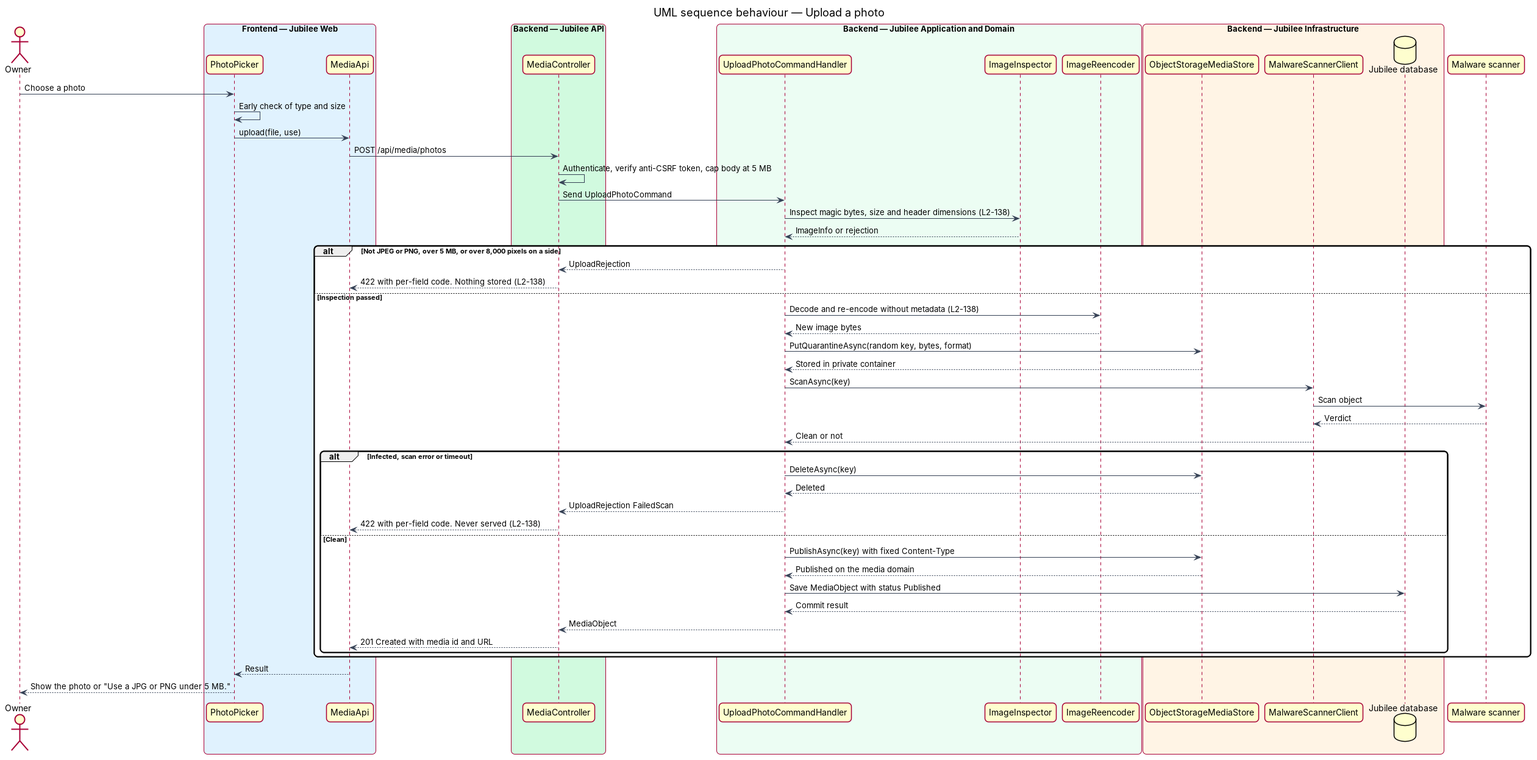
The PlantUML diagram docs/detailed-designs/security/secure-uploads/diagrams/sequence-upload-photo.png in QuinntyneBrown/jubilee, before a commit. Its source is kept beside it as docs/detailed-designs/security/secure-uploads/diagrams/sequence-upload-photo.puml. The source it was exported from:
```plantuml
@startuml
title UML sequence behaviour — Upload a photo
skinparam backgroundColor #FFFFFF
skinparam shadowing false
skinparam roundcorner 12
skinparam defaultFontName Arial
skinparam ArrowColor #344054
skinparam rectangle {
  BorderColor #344054
  FontColor #101828
}
skinparam package {
  BorderColor #667085
  FontColor #101828
  BackgroundColor #F9FAFB
}
actor "Owner" as user
box "Frontend — Jubilee Web" #E0F2FE
  participant "PhotoPicker" as picker
  participant "MediaApi" as client
end box
box "Backend — Jubilee API" #D1FADF
  participant "MediaController" as controller
end box
box "Backend — Jubilee Application and Domain" #ECFDF3
  participant "UploadPhotoCommandHandler" as handler
  participant "ImageInspector" as inspector
  participant "ImageReencoder" as reencoder
end box
box "Backend — Jubilee Infrastructure" #FFF4E5
  participant "ObjectStorageMediaStore" as store
  participant "MalwareScannerClient" as scan
  database "Jubilee database" as db
end box
participant "Malware scanner" as scanner
user -> picker : Choose a photo
picker -> picker : Early check of type and size
picker -> client : upload(file, use)
client -> controller : POST /api/media/photos
controller -> controller : Authenticate, verify anti-CSRF token, cap body at 5 MB
controller -> handler : Send UploadPhotoCommand
handler -> inspector : Inspect magic bytes, size and header dimensions (L2-138)
inspector --> handler : ImageInfo or rejection
alt Not JPEG or PNG, over 5 MB, or over 8,000 pixels on a side
  handler --> controller : UploadRejection
  controller --> client : 422 with per-field code. Nothing stored (L2-138)
else Inspection passed
  handler -> reencoder : Decode and re-encode without metadata (L2-138)
  reencoder --> handler : New image bytes
  handler -> store : PutQuarantineAsync(random key, bytes, format)
  store --> handler : Stored in private container
  handler -> scan : ScanAsync(key)
  scan -> scanner : Scan object
  scanner --> scan : Verdict
  scan --> handler : Clean or not
  alt Infected, scan error or timeout
    handler -> store : DeleteAsync(key)
    store --> handler : Deleted
    handler --> controller : UploadRejection FailedScan
    controller --> client : 422 with per-field code. Never served (L2-138)
  else Clean
    handler -> store : PublishAsync(key) with fixed Content-Type
    store --> handler : Published on the media domain
    handler -> db : Save MediaObject with status Published
    db --> handler : Commit result
    handler --> controller : MediaObject
    controller --> client : 201 Created with media id and URL
  end
end
client --> picker : Result
picker --> user : Show the photo or "Use a JPG or PNG under 5 MB."
@enduml
```
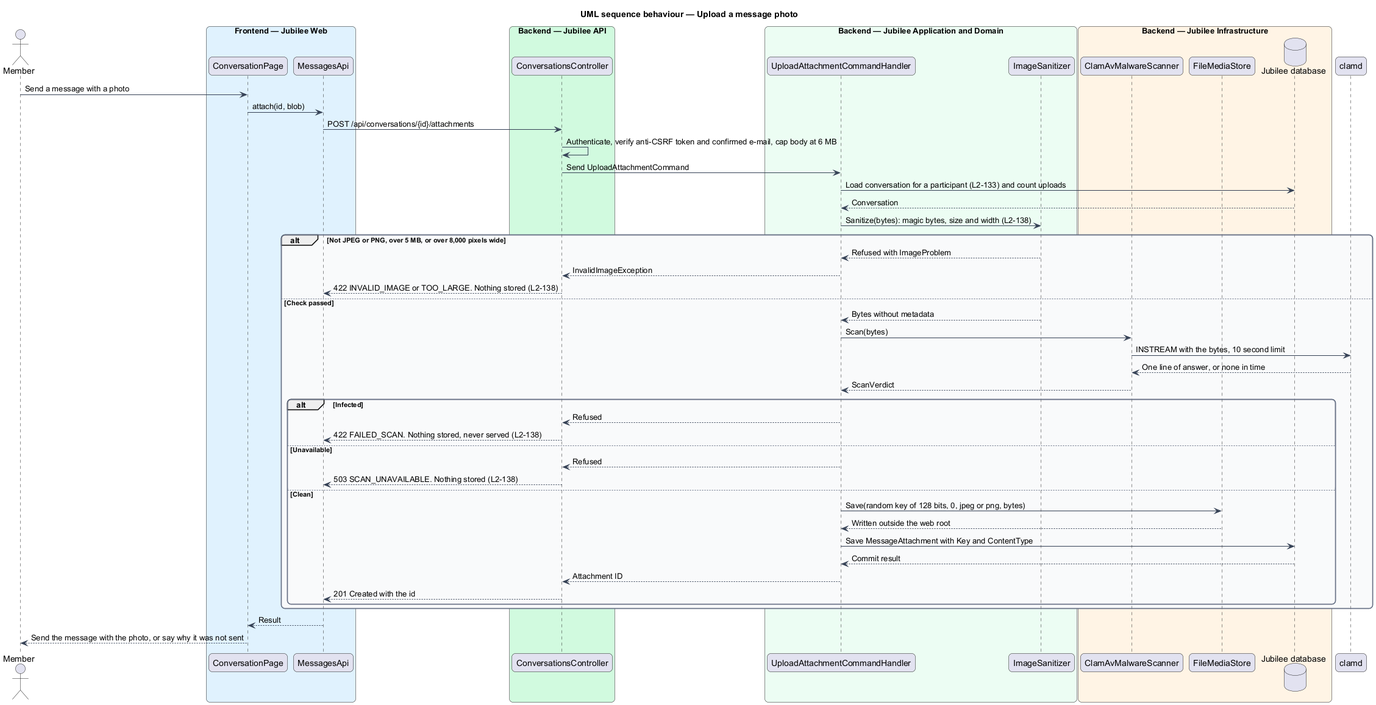
After the commit.

The edit, as a diff of the source:
```diff
@@ -1,5 +1,5 @@
 @startuml
-title UML sequence behaviour — Upload a photo
+title UML sequence behaviour — Upload a message photo
 skinparam backgroundColor #FFFFFF
 skinparam shadowing false
 skinparam roundcorner 12
@@ -14,59 +14,57 @@
   FontColor #101828
   BackgroundColor #F9FAFB
 }
-actor "Owner" as user
+actor "Member" as user
 box "Frontend — Jubilee Web" #E0F2FE
-  participant "PhotoPicker" as picker
-  participant "MediaApi" as client
+  participant "ConversationPage" as page
+  participant "MessagesApi" as client
 end box
 box "Backend — Jubilee API" #D1FADF
-  participant "MediaController" as controller
+  participant "ConversationsController" as controller
 end box
 box "Backend — Jubilee Application and Domain" #ECFDF3
-  participant "UploadPhotoCommandHandler" as handler
-  participant "ImageInspector" as inspector
-  participant "ImageReencoder" as reencoder
+  participant "UploadAttachmentCommandHandler" as handler
+  participant "ImageSanitizer" as sanitizer
 end box
 box "Backend — Jubilee Infrastructure" #FFF4E5
-  participant "ObjectStorageMediaStore" as store
-  participant "MalwareScannerClient" as scan
+  participant "ClamAvMalwareScanner" as scan
+  participant "FileMediaStore" as store
   database "Jubilee database" as db
 end box
-participant "Malware scanner" as scanner
-user -> picker : Choose a photo
-picker -> picker : Early check of type and size
-picker -> client : upload(file, use)
-client -> controller : POST /api/media/photos
-controller -> controller : Authenticate, verify anti-CSRF token, cap body at 5 MB
-controller -> handler : Send UploadPhotoCommand
-handler -> inspector : Inspect magic bytes, size and header dimensions (L2-138)
-inspector --> handler : ImageInfo or rejection
-alt Not JPEG or PNG, over 5 MB, or over 8,000 pixels on a side
-  handler --> controller : UploadRejection
-  controller --> client : 422 with per-field code. Nothing stored (L2-138)
-else Inspection passed
-  handler -> reencoder : Decode and re-encode without metadata (L2-138)
-  reencoder --> handler : New image bytes
-  handler -> store : PutQuarantineAsync(random key, bytes, format)
-  store --> handler : Stored in private container
-  handler -> scan : ScanAsync(key)
-  scan -> scanner : Scan object
-  scanner --> scan : Verdict
-  scan --> handler : Clean or not
-  alt Infected, scan error or timeout
-    handler -> store : DeleteAsync(key)
-    store --> handler : Deleted
-    handler --> controller : UploadRejection FailedScan
-    controller --> client : 422 with per-field code. Never served (L2-138)
+participant "clamd" as scanner
+user -> page : Send a message with a photo
+page -> client : attach(id, blob)
+client -> controller : POST /api/conversations/{id}/attachments
+controller -> controller : Authenticate, verify anti-CSRF token and confirmed e-mail, cap body at 6 MB
+controller -> handler : Send UploadAttachmentCommand
+handler -> db : Load conversation for a participant (L2-133) and count uploads
+db --> handler : Conversation
+handler -> sanitizer : Sanitize(bytes): magic bytes, size and width (L2-138)
+alt Not JPEG or PNG, over 5 MB, or over 8,000 pixels wide
+  sanitizer --> handler : Refused with ImageProblem
+  handler --> controller : InvalidImageException
+  controller --> client : 422 INVALID_IMAGE or TOO_LARGE. Nothing stored (L2-138)
+else Check passed
+  sanitizer --> handler : Bytes without metadata
+  handler -> scan : Scan(bytes)
+  scan -> scanner : INSTREAM with the bytes, 10 second limit
+  scanner --> scan : One line of answer, or none in time
+  scan --> handler : ScanVerdict
+  alt Infected
+    handler --> controller : Refused
+    controller --> client : 422 FAILED_SCAN. Nothing stored, never served (L2-138)
+  else Unavailable
+    handler --> controller : Refused
+    controller --> client : 503 SCAN_UNAVAILABLE. Nothing stored (L2-138)
   else Clean
-    handler -> store : PublishAsync(key) with fixed Content-Type
-    store --> handler : Published on the media domain
-    handler -> db : Save MediaObject with status Published
+    handler -> store : Save(random key of 128 bits, 0, jpeg or png, bytes)
+    store --> handler : Written outside the web root
+    handler -> db : Save MessageAttachment with Key and ContentType
     db --> handler : Commit result
-    handler --> controller : MediaObject
-    controller --> client : 201 Created with media id and URL
+    handler --> controller : Attachment ID
+    controller --> client : 201 Created with the id
   end
 end
-client --> picker : Result
-picker --> user : Show the photo or "Use a JPG or PNG under 5 MB."
+client --> page : Result
+page --> user : Send the message with the photo, or say why it was not sent
 @enduml
```
